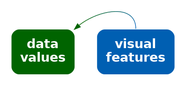
pmur002/hdvw keeps this Graphviz diagram as Diagrams/implicit-decode.png. Above is the earlier version. Its source is kept beside it as Diagrams/implicit-decode.dot. The source it was exported from:
```dot
digraph {
  graph [ rankdir=LR; margin=.2; nodesep=.5 ];
  node [ fontsize=20; fontname="sans bold"; margin=.2 ];
  data [ label="data\nvalues"; shape=box; style="filled, rounded"; penwidth=0; fontcolor=white; fillcolor="#006400" ]
  vis [ label="visual\nfeatures"; shape=box;
     style="filled, rounded"; penwidth=0; fontcolor=white; fillcolor="#005FB2" ]
  data -> vis [ color="#006400;0.1:#006314;0.1:#006328;0.1:#00623B;0.1:#00624F;0.1:#006163;0.1:#006177;0.1:#00608A;0.1:#00609E;0.1:#005FB2;0.1" ] [ style="invis" ]
  vis:n -> data:ne [ style="solid", color="#005FB2;0.1:#00609E;0.1:#00608A;0.1:#006177;0.1:#006163;0.1:#00624F;0.1:#00623B;0.1:#006328;0.1:#006314;0.1:#006400;0.1" ]
}
```
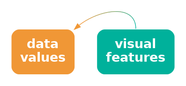
After the commit.

Diff of the diagram source:
```diff
@@ -1,9 +1,9 @@
 digraph {
   graph [ rankdir=LR; margin=.2; nodesep=.5 ];
   node [ fontsize=20; fontname="sans bold"; margin=.2 ];
-  data [ label="data\nvalues"; shape=box; style="filled, rounded"; penwidth=0; fontcolor=white; fillcolor="#006400" ]
+  data [ label="data\nvalues"; shape=box; style="filled, rounded"; penwidth=0; fontcolor=white; fillcolor="#F09736" ]
   vis [ label="visual\nfeatures"; shape=box;
-     style="filled, rounded"; penwidth=0; fontcolor=white; fillcolor="#005FB2" ]
-  data -> vis [ color="#006400;0.1:#006314;0.1:#006328;0.1:#00623B;0.1:#00624F;0.1:#006163;0.1:#006177;0.1:#00608A;0.1:#00609E;0.1:#005FB2;0.1" ] [ style="invis" ]
-  vis:n -> data:ne [ style="solid", color="#005FB2;0.1:#00609E;0.1:#00608A;0.1:#006177;0.1:#006163;0.1:#00624F;0.1:#00623B;0.1:#006328;0.1:#006314;0.1:#006400;0.1" ]
+     style="filled, rounded"; penwidth=0; fontcolor=white; fillcolor="#00B19B" ]
+  data -> vis [ color="#F09736;0.1:#D59A41;0.1:#BB9D4C;0.1:#A0A058;0.1:#85A363;0.1:#6BA56E;0.1:#50A879;0.1:#35AB85;0.1:#1BAE90;0.1:#00B19B;0.1" ] [ style="invis" ]
+  vis:n -> data:ne [ style="solid", color="#00B19B;0.1:#1BAE90;0.1:#35AB85;0.1:#50A879;0.1:#6BA56E;0.1:#85A363;0.1:#A0A058;0.1:#BB9D4C;0.1:#D59A41;0.1:#F09736;0.1" ]
 }
```
